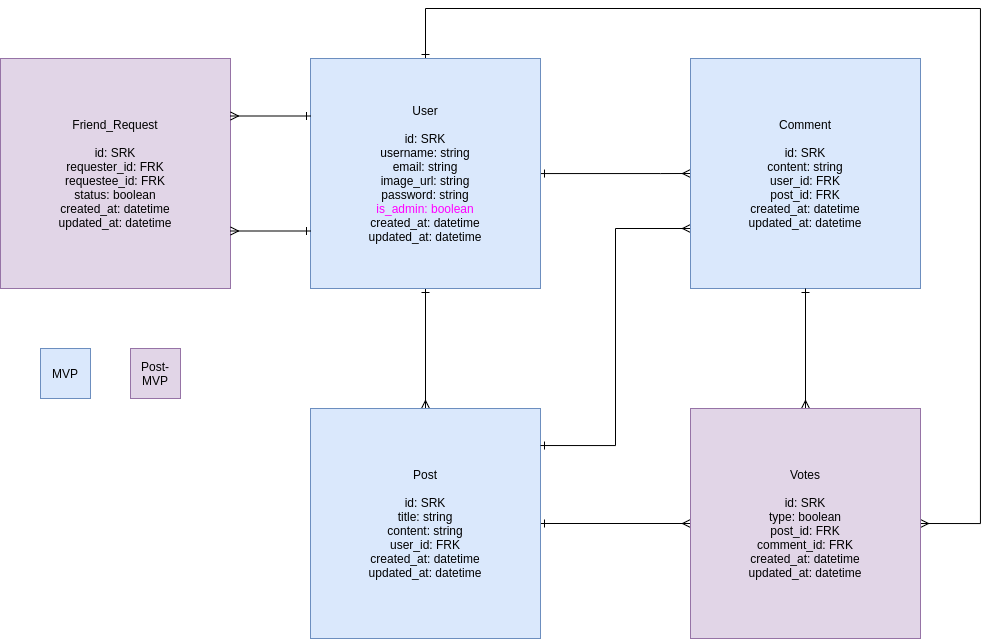
Before: readme_assets/erd/erd.png, a diagram exported from draw.io (jason-moritz/hubbub). Source tidied: cells renumbered, new cells last; positions are measured from the earlier drawing's top-left corner, leaving out a move shared by most shapes.
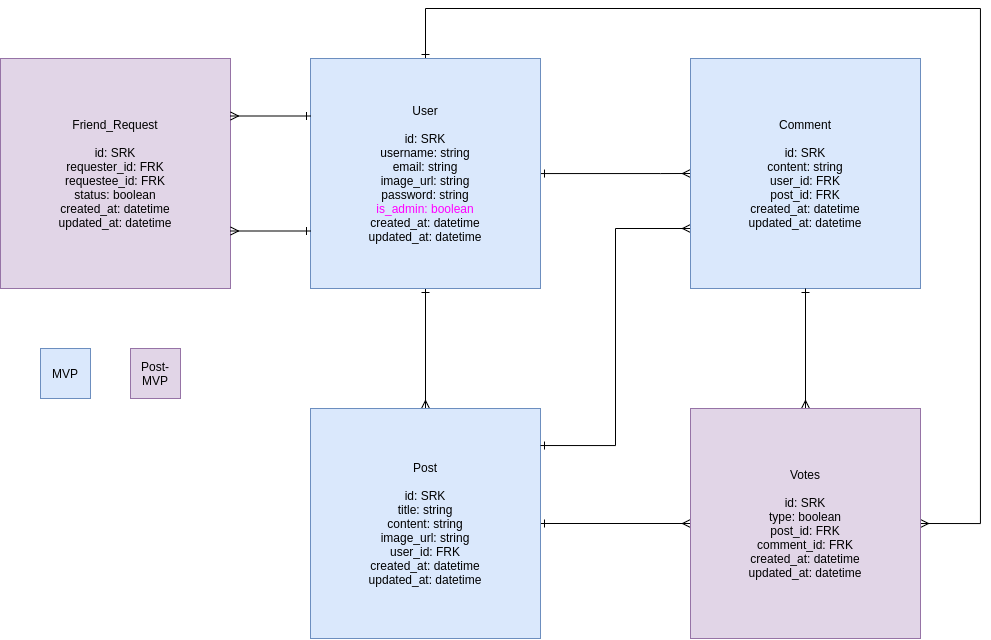
After the commit.

Commit message:
user and auth routes working locally and erd updated

What changed in the source:
```diff
@@ -28,7 +28,7 @@
     <mxCell id="6" style="edgeStyle=orthogonalEdgeStyle;rounded=0;jettySize=auto;html=1;startArrow=ERone;startFill=0;endArrow=ERmany;endFill=0;strokeColor=default;labelBackgroundColor=default;fontColor=default;entryX=0;entryY=0.5;entryDx=0;entryDy=0;" parent="1" edge="1" source="7" target="14">
       <mxGeometry relative="1" as="geometry" />
     </mxCell>
-    <mxCell id="7" value="Post&lt;br&gt;&lt;br&gt;id: SRK&lt;br&gt;title: string&lt;br&gt;content: string&lt;br&gt;user_id: FRK&lt;br&gt;created_at: datetime&lt;br&gt;updated_at: datetime" style="whiteSpace=wrap;html=1;fillColor=#dae8fc;strokeColor=#6c8ebf;fontColor=default;" parent="1" vertex="1">
+    <mxCell id="7" value="Post&lt;br&gt;&lt;br&gt;id: SRK&lt;br&gt;title: string&lt;br&gt;content: string&lt;br&gt;image_url: string&lt;br&gt;user_id: FRK&lt;br&gt;created_at: datetime&lt;br&gt;updated_at: datetime" style="whiteSpace=wrap;html=1;fillColor=#dae8fc;strokeColor=#6c8ebf;fontColor=default;" parent="1" vertex="1">
       <mxGeometry x="310" y="400" width="230" height="230" as="geometry" />
     </mxCell>
     <mxCell id="8" style="edgeStyle=orthogonalEdgeStyle;rounded=0;jettySize=auto;html=1;entryX=1;entryY=0.161;entryDx=0;entryDy=0;entryPerimeter=0;labelBackgroundColor=default;fontColor=default;startArrow=ERmany;startFill=0;endArrow=ERone;endFill=0;strokeColor=default;" parent="1" edge="1" source="9" target="7">
```
